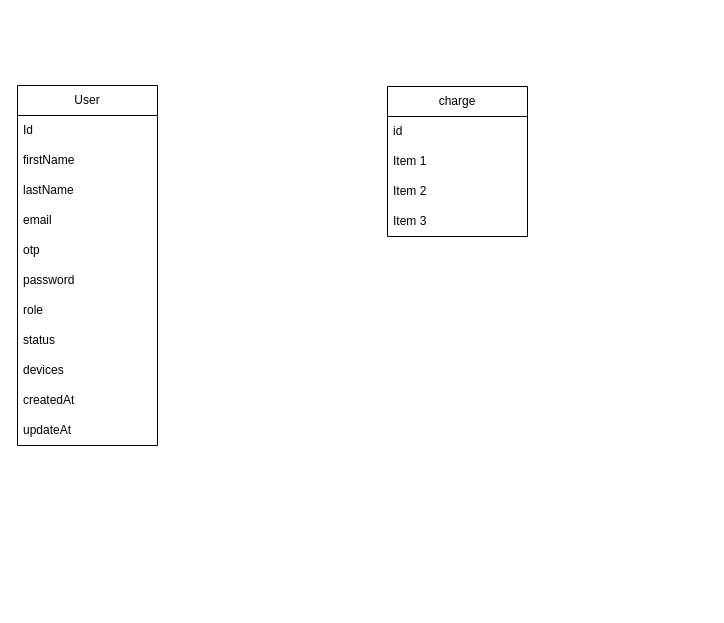
Earlier version of the draw.io diagram uml/classdiagram.drawio (Winner-Fast/WebsiteBackend). Source tidied: cells renumbered, new cells numbered last; positions are measured from the earlier drawing's top-left corner, leaving out a move shared by most shapes. Both pictures are drawn from the tidied source at 100%, with x=0, y=0 at pixel (17, 85).
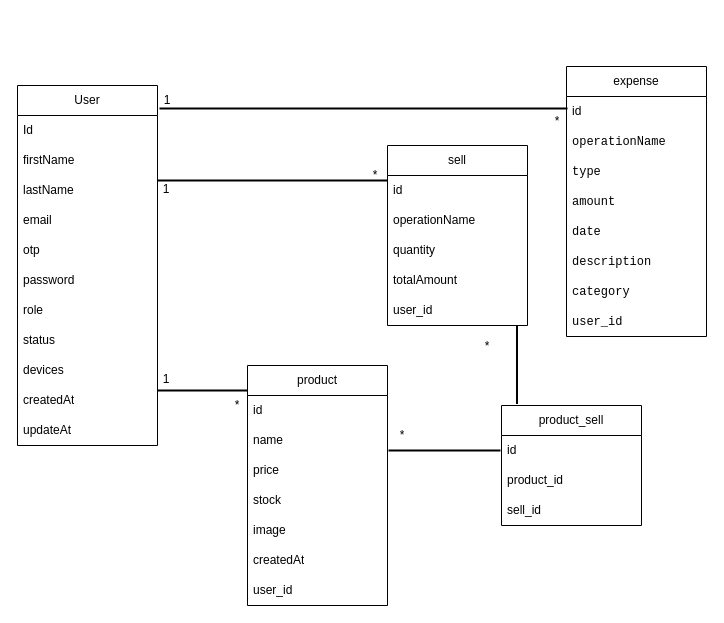
Above is the later version.

What changed in the source:
```diff
@@
-    <mxCell id="14" value="charge" style="swimlane;fontStyle=0;horizontal=1;startSize=30;whiteSpace=wrap;html=1;" parent="1" vertex="1">
-      <mxGeometry x="370" y="1" width="140" height="150" as="geometry" />
+    <mxCell id="14" value="expense" style="swimlane;fontStyle=0;horizontal=1;startSize=30;whiteSpace=wrap;html=1;" parent="1" vertex="1">
+      <mxGeometry x="549" y="-19" width="140" height="270" as="geometry" />
     </mxCell>
@@
-    <mxCell id="16" value="Item 1" style="text;strokeColor=none;fillColor=none;align=left;verticalAlign=middle;spacingLeft=4;spacingRight=4;overflow=hidden;whiteSpace=wrap;html=1;" parent="14" vertex="1">
+    <mxCell id="16" value="&lt;div style=&quot;font-family: IBMPlexMono, &amp;quot;Courier New&amp;quot;, monospace, Consolas, &amp;quot;Courier New&amp;quot;, monospace; line-height: 18px; white-space: pre;&quot;&gt;&lt;span&gt;operationName&lt;/span&gt;&lt;/div&gt;" style="text;strokeColor=none;fillColor=none;align=left;verticalAlign=middle;spacingLeft=4;spacingRight=4;overflow=hidden;whiteSpace=wrap;html=1;fontColor=#000000;" parent="14" vertex="1">
       <mxGeometry y="60" width="140" height="30" as="geometry" />
     </mxCell>
-    <mxCell id="17" value="Item 2" style="text;strokeColor=none;fillColor=none;align=left;verticalAlign=middle;spacingLeft=4;spacingRight=4;overflow=hidden;whiteSpace=wrap;html=1;" parent="14" vertex="1">
+    <mxCell id="17" value="&lt;div style=&quot;font-family: IBMPlexMono, &amp;quot;Courier New&amp;quot;, monospace, Consolas, &amp;quot;Courier New&amp;quot;, monospace; line-height: 18px; white-space: pre;&quot;&gt;&lt;span style=&quot;&quot;&gt;type&lt;/span&gt;&lt;/div&gt;" style="text;strokeColor=none;fillColor=none;align=left;verticalAlign=middle;spacingLeft=4;spacingRight=4;overflow=hidden;whiteSpace=wrap;html=1;fontColor=#000000;labelBackgroundColor=none;" parent="14" vertex="1">
       <mxGeometry y="90" width="140" height="30" as="geometry" />
     </mxCell>
-    <mxCell id="18" value="Item 3" style="text;strokeColor=none;fillColor=none;align=left;verticalAlign=middle;spacingLeft=4;spacingRight=4;overflow=hidden;whiteSpace=wrap;html=1;" parent="14" vertex="1">
+    <mxCell id="18" value="&lt;div style=&quot;font-family: IBMPlexMono, &amp;quot;Courier New&amp;quot;, monospace, Consolas, &amp;quot;Courier New&amp;quot;, monospace; line-height: 18px; white-space: pre;&quot;&gt;&lt;span style=&quot;&quot;&gt;amount&lt;/span&gt;&lt;/div&gt;" style="text;strokeColor=none;fillColor=none;align=left;verticalAlign=middle;spacingLeft=4;spacingRight=4;overflow=hidden;whiteSpace=wrap;html=1;fontColor=#000000;labelBackgroundColor=none;" parent="14" vertex="1">
       <mxGeometry y="120" width="140" height="30" as="geometry" />
     </mxCell>
+    <mxCell id="19" value="&lt;div style=&quot;font-family: IBMPlexMono, &amp;quot;Courier New&amp;quot;, monospace, Consolas, &amp;quot;Courier New&amp;quot;, monospace; line-height: 18px; white-space: pre;&quot;&gt;&lt;div style=&quot;line-height: 18px;&quot;&gt;&lt;span style=&quot;&quot;&gt;date&lt;/span&gt;&lt;/div&gt;&lt;/div&gt;" style="text;strokeColor=none;fillColor=none;align=left;verticalAlign=middle;spacingLeft=4;spacingRight=4;overflow=hidden;whiteSpace=wrap;html=1;fontColor=#000000;labelBackgroundColor=none;" parent="14" vertex="1">
+      <mxGeometry y="150" width="140" height="30" as="geometry" />
+    </mxCell>
+    <mxCell id="20" value="&lt;div style=&quot;font-family: IBMPlexMono, &amp;quot;Courier New&amp;quot;, monospace, Consolas, &amp;quot;Courier New&amp;quot;, monospace; line-height: 18px; white-space: pre;&quot;&gt;&lt;div style=&quot;line-height: 18px;&quot;&gt;&lt;div style=&quot;line-height: 18px;&quot;&gt;&lt;span style=&quot;&quot;&gt;description&lt;/span&gt;&lt;/div&gt;&lt;/div&gt;&lt;/div&gt;" style="text;strokeColor=none;fillColor=none;align=left;verticalAlign=middle;spacingLeft=4;spacingRight=4;overflow=hidden;whiteSpace=wrap;html=1;fontColor=#000000;labelBackgroundColor=none;" parent="14" vertex="1">
+      <mxGeometry y="180" width="140" height="30" as="geometry" />
+    </mxCell>
+    <mxCell id="21" value="&lt;div style=&quot;font-family: IBMPlexMono, &amp;quot;Courier New&amp;quot;, monospace, Consolas, &amp;quot;Courier New&amp;quot;, monospace; line-height: 18px; white-space: pre;&quot;&gt;&lt;div style=&quot;line-height: 18px;&quot;&gt;&lt;div style=&quot;line-height: 18px;&quot;&gt;&lt;div style=&quot;line-height: 18px;&quot;&gt;&lt;div&gt;&lt;span style=&quot;&quot;&gt;category&lt;/span&gt;&lt;/div&gt;&lt;div&gt;&lt;span style=&quot;&quot;&gt;&lt;/span&gt;&lt;/div&gt;&lt;/div&gt;&lt;/div&gt;&lt;/div&gt;&lt;/div&gt;" style="text;strokeColor=none;fillColor=none;align=left;verticalAlign=middle;spacingLeft=4;spacingRight=4;overflow=hidden;whiteSpace=wrap;html=1;fontColor=#000000;labelBackgroundColor=none;" parent="14" vertex="1">
+      <mxGeometry y="210" width="140" height="30" as="geometry" />
+    </mxCell>
+    <mxCell id="22" value="&lt;div style=&quot;font-family: IBMPlexMono, &amp;quot;Courier New&amp;quot;, monospace, Consolas, &amp;quot;Courier New&amp;quot;, monospace; line-height: 18px; white-space: pre;&quot;&gt;&lt;div style=&quot;line-height: 18px;&quot;&gt;&lt;div style=&quot;line-height: 18px;&quot;&gt;&lt;div style=&quot;line-height: 18px;&quot;&gt;&lt;div&gt;&lt;span style=&quot;&quot;&gt;user_id&lt;/span&gt;&lt;/div&gt;&lt;div&gt;&lt;span style=&quot;&quot;&gt;&lt;/span&gt;&lt;/div&gt;&lt;/div&gt;&lt;/div&gt;&lt;/div&gt;&lt;/div&gt;" style="text;strokeColor=none;fillColor=none;align=left;verticalAlign=middle;spacingLeft=4;spacingRight=4;overflow=hidden;whiteSpace=wrap;html=1;fontColor=#000000;labelBackgroundColor=none;" parent="14" vertex="1">
+      <mxGeometry y="240" width="140" height="30" as="geometry" />
+    </mxCell>
+    <mxCell id="23" value="1" style="text;html=1;strokeColor=none;fillColor=none;align=center;verticalAlign=middle;whiteSpace=wrap;overflow=hidden;" parent="1" vertex="1">
+      <mxGeometry x="110" y="5" width="80" height="20" as="geometry" />
+    </mxCell>
+    <mxCell id="24" value="*" style="text;html=1;strokeColor=none;fillColor=none;align=center;verticalAlign=middle;whiteSpace=wrap;overflow=hidden;" parent="1" vertex="1">
+      <mxGeometry x="500" y="26" width="80" height="20" as="geometry" />
+    </mxCell>
+    <mxCell id="25" value="sell" style="swimlane;fontStyle=0;horizontal=1;startSize=30;whiteSpace=wrap;html=1;" parent="1" vertex="1">
+      <mxGeometry x="370" y="60" width="140" height="180" as="geometry" />
+    </mxCell>
+    <mxCell id="26" value="id" style="text;strokeColor=none;fillColor=none;align=left;verticalAlign=middle;spacingLeft=4;spacingRight=4;overflow=hidden;whiteSpace=wrap;html=1;" parent="25" vertex="1">
+      <mxGeometry y="30" width="140" height="30" as="geometry" />
+    </mxCell>
+    <mxCell id="27" value="operationName" style="text;strokeColor=none;fillColor=none;align=left;verticalAlign=middle;spacingLeft=4;spacingRight=4;overflow=hidden;whiteSpace=wrap;html=1;" parent="25" vertex="1">
+      <mxGeometry y="60" width="140" height="30" as="geometry" />
+    </mxCell>
+    <mxCell id="28" value="quantity" style="text;strokeColor=none;fillColor=none;align=left;verticalAlign=middle;spacingLeft=4;spacingRight=4;overflow=hidden;whiteSpace=wrap;html=1;" parent="25" vertex="1">
+      <mxGeometry y="90" width="140" height="30" as="geometry" />
+    </mxCell>
+    <mxCell id="29" value="totalAmount" style="text;strokeColor=none;fillColor=none;align=left;verticalAlign=middle;spacingLeft=4;spacingRight=4;overflow=hidden;whiteSpace=wrap;html=1;" parent="25" vertex="1">
+      <mxGeometry y="120" width="140" height="30" as="geometry" />
+    </mxCell>
+    <mxCell id="30" value="user_id" style="text;strokeColor=none;fillColor=none;align=left;verticalAlign=middle;spacingLeft=4;spacingRight=4;overflow=hidden;whiteSpace=wrap;html=1;" parent="25" vertex="1">
+      <mxGeometry y="150" width="140" height="30" as="geometry" />
+    </mxCell>
+    <mxCell id="31" value="p&lt;span style=&quot;background-color: transparent;&quot;&gt;roduct&lt;/span&gt;" style="swimlane;fontStyle=0;horizontal=1;startSize=30;whiteSpace=wrap;html=1;" parent="1" vertex="1">
+      <mxGeometry x="230" y="280" width="140" height="240" as="geometry" />
+    </mxCell>
+    <mxCell id="32" value="id" style="text;strokeColor=none;fillColor=none;align=left;verticalAlign=middle;spacingLeft=4;spacingRight=4;overflow=hidden;whiteSpace=wrap;html=1;" parent="31" vertex="1">
+      <mxGeometry y="30" width="140" height="30" as="geometry" />
+    </mxCell>
+    <mxCell id="33" value="name" style="text;strokeColor=none;fillColor=none;align=left;verticalAlign=middle;spacingLeft=4;spacingRight=4;overflow=hidden;whiteSpace=wrap;html=1;" parent="31" vertex="1">
+      <mxGeometry y="60" width="140" height="30" as="geometry" />
+    </mxCell>
+    <mxCell id="34" value="price" style="text;strokeColor=none;fillColor=none;align=left;verticalAlign=middle;spacingLeft=4;spacingRight=4;overflow=hidden;whiteSpace=wrap;html=1;" parent="31" vertex="1">
+      <mxGeometry y="90" width="140" height="30" as="geometry" />
+    </mxCell>
+    <mxCell id="35" value="stock" style="text;strokeColor=none;fillColor=none;align=left;verticalAlign=middle;spacingLeft=4;spacingRight=4;overflow=hidden;whiteSpace=wrap;html=1;" parent="31" vertex="1">
+      <mxGeometry y="120" width="140" height="30" as="geometry" />
+    </mxCell>
+    <mxCell id="36" value="image" style="text;strokeColor=none;fillColor=none;align=left;verticalAlign=middle;spacingLeft=4;spacingRight=4;overflow=hidden;whiteSpace=wrap;html=1;" parent="31" vertex="1">
+      <mxGeometry y="150" width="140" height="30" as="geometry" />
+    </mxCell>
+    <mxCell id="37" value="createdAt" style="text;strokeColor=none;fillColor=none;align=left;verticalAlign=middle;spacingLeft=4;spacingRight=4;overflow=hidden;whiteSpace=wrap;html=1;" parent="31" vertex="1">
+      <mxGeometry y="180" width="140" height="30" as="geometry" />
+    </mxCell>
+    <mxCell id="38" value="user_id" style="text;strokeColor=none;fillColor=none;align=left;verticalAlign=middle;spacingLeft=4;spacingRight=4;overflow=hidden;whiteSpace=wrap;html=1;" parent="31" vertex="1">
+      <mxGeometry y="210" width="140" height="30" as="geometry" />
+    </mxCell>
+    <mxCell id="39" style="line;strokeWidth=2;html=1;" parent="1" vertex="1">
+      <mxGeometry x="140" y="90" width="230" height="10" as="geometry" />
+    </mxCell>
+    <mxCell id="40" style="line;strokeWidth=2;html=1;" parent="1" vertex="1">
+      <mxGeometry x="142" y="-67" width="408" height="180" as="geometry" />
+    </mxCell>
+    <mxCell id="41" value="*" style="text;html=1;strokeColor=none;fillColor=none;align=center;verticalAlign=middle;whiteSpace=wrap;overflow=hidden;" parent="1" vertex="1">
+      <mxGeometry x="318" y="80" width="80" height="20" as="geometry" />
+    </mxCell>
+    <mxCell id="42" value="1" style="text;html=1;strokeColor=none;fillColor=none;align=center;verticalAlign=middle;whiteSpace=wrap;overflow=hidden;" parent="1" vertex="1">
+      <mxGeometry x="109" y="94" width="80" height="20" as="geometry" />
+    </mxCell>
+    <mxCell id="43" value="product_sell" style="swimlane;fontStyle=0;horizontal=1;startSize=30;whiteSpace=wrap;html=1;" parent="1" vertex="1">
+      <mxGeometry x="484" y="320" width="140" height="120" as="geometry" />
+    </mxCell>
+    <mxCell id="44" value="id" style="text;strokeColor=none;fillColor=none;align=left;verticalAlign=middle;spacingLeft=4;spacingRight=4;overflow=hidden;whiteSpace=wrap;html=1;" parent="43" vertex="1">
+      <mxGeometry y="30" width="140" height="30" as="geometry" />
+    </mxCell>
+    <mxCell id="45" value="product_id" style="text;strokeColor=none;fillColor=none;align=left;verticalAlign=middle;spacingLeft=4;spacingRight=4;overflow=hidden;whiteSpace=wrap;html=1;" parent="43" vertex="1">
+      <mxGeometry y="60" width="140" height="30" as="geometry" />
+    </mxCell>
+    <mxCell id="46" value="sell_id" style="text;strokeColor=none;fillColor=none;align=left;verticalAlign=middle;spacingLeft=4;spacingRight=4;overflow=hidden;whiteSpace=wrap;html=1;" parent="43" vertex="1">
+      <mxGeometry y="90" width="140" height="30" as="geometry" />
+    </mxCell>
+    <mxCell id="47" style="line;strokeWidth=2;html=1;" parent="1" vertex="1">
+      <mxGeometry x="140" y="300" width="90" height="10" as="geometry" />
+    </mxCell>
+    <mxCell id="48" value="1" style="text;html=1;strokeColor=none;fillColor=none;align=center;verticalAlign=middle;whiteSpace=wrap;overflow=hidden;" parent="1" vertex="1">
+      <mxGeometry x="109" y="284" width="80" height="16" as="geometry" />
+    </mxCell>
+    <mxCell id="49" value="*" style="text;html=1;strokeColor=none;fillColor=none;align=center;verticalAlign=middle;whiteSpace=wrap;overflow=hidden;" parent="1" vertex="1">
+      <mxGeometry x="180" y="310" width="80" height="20" as="geometry" />
+    </mxCell>
+    <mxCell id="50" style="line;strokeWidth=2;html=1;" parent="1" vertex="1">
+      <mxGeometry x="371" y="360" width="112" height="10" as="geometry" />
+    </mxCell>
+    <mxCell id="51" style="line;strokeWidth=2;html=1;rotation=90;" parent="1" vertex="1">
+      <mxGeometry x="460" y="274" width="79" height="10" as="geometry" />
+    </mxCell>
+    <mxCell id="52" value="*" style="text;html=1;strokeColor=none;fillColor=none;align=center;verticalAlign=middle;whiteSpace=wrap;overflow=hidden;" parent="1" vertex="1">
+      <mxGeometry x="345" y="340" width="80" height="20" as="geometry" />
+    </mxCell>
+    <mxCell id="53" value="*" style="text;html=1;strokeColor=none;fillColor=none;align=center;verticalAlign=middle;whiteSpace=wrap;overflow=hidden;" parent="1" vertex="1">
+      <mxGeometry x="430" y="251" width="80" height="20" as="geometry" />
+    </mxCell>
```
